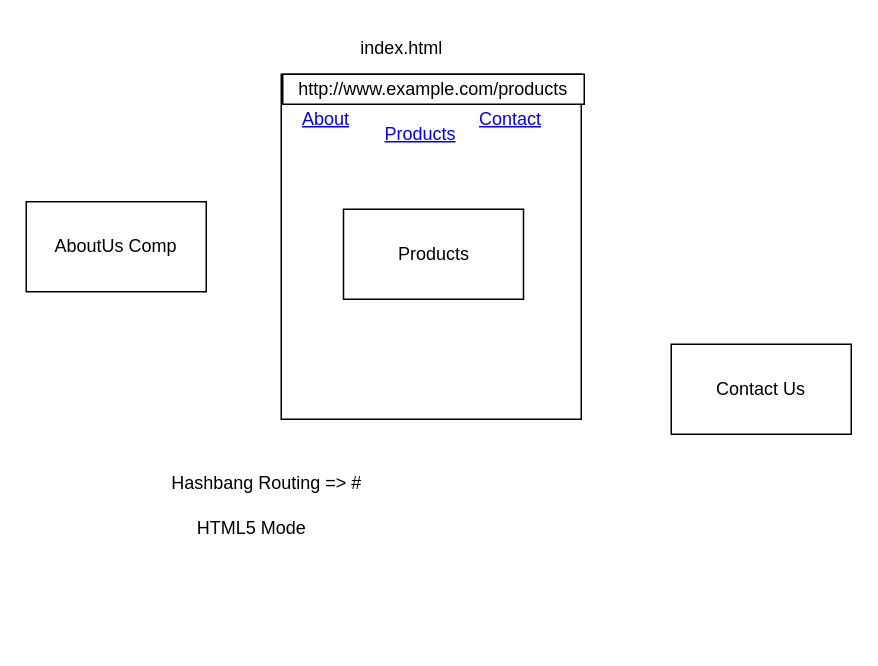
The draw.io diagram page "Page-4" (4 of 4) of references/ng-diagrams.drawio in synergy2411/nov-24-ng, before the edit. Source tidied: cells renumbered, new cells numbered last; positions are measured from the earlier drawing's top-left corner, leaving out a move shared by most shapes. Both pictures are drawn from the tidied source at 150%, with x=0, y=0 at pixel (26, 26).
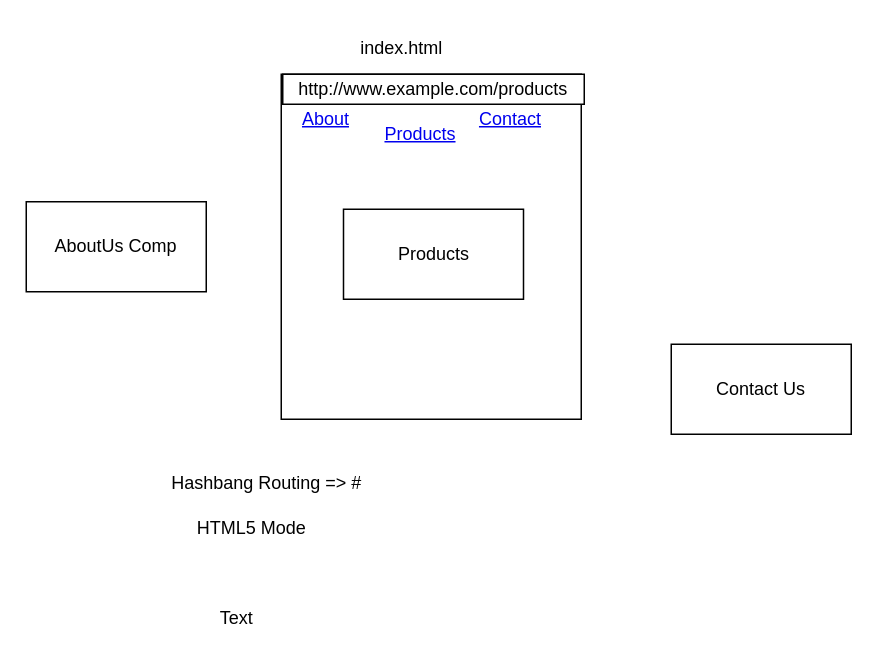
Above is the later version.

Change to the diagram source:
```diff
@@
 <mxGraphModel>
   <root>
     <mxCell id="0" />
     <mxCell id="1" parent="0" />
     <mxCell id="2" style="rounded=0;whiteSpace=wrap;html=1;" parent="1" vertex="1">
       <mxGeometry x="170" y="32" width="200" height="230" as="geometry" />
     </mxCell>
     <mxCell id="3" value="http://www.example.com/products" style="rounded=0;whiteSpace=wrap;html=1;" parent="1" vertex="1">
       <mxGeometry x="171" y="32" width="201" height="20" as="geometry" />
     </mxCell>
     <mxCell id="4" value="index.html" style="text;html=1;align=center;verticalAlign=middle;strokeColor=none;fillColor=none;" parent="1" vertex="1">
       <mxGeometry x="210" width="80" height="30" as="geometry" />
     </mxCell>
     <mxCell id="5" value="AboutUs Comp" style="rounded=0;whiteSpace=wrap;html=1;" parent="1" vertex="1">
       <mxGeometry y="117" width="120" height="60" as="geometry" />
     </mxCell>
     <mxCell id="6" value="Contact Us" style="rounded=0;whiteSpace=wrap;html=1;" parent="1" vertex="1">
       <mxGeometry x="430" y="212" width="120" height="60" as="geometry" />
     </mxCell>
     <mxCell id="7" value="Products" style="rounded=0;whiteSpace=wrap;html=1;" parent="1" vertex="1">
       <mxGeometry x="211.5" y="122" width="120" height="60" as="geometry" />
     </mxCell>
     <mxCell id="8" value="About" style="text;html=1;strokeColor=none;fillColor=none;whiteSpace=wrap;align=center;verticalAlign=middle;fontColor=#0000EE;fontStyle=4;" parent="1" vertex="1">
       <mxGeometry x="170" y="42" width="60" height="40" as="geometry" />
     </mxCell>
     <mxCell id="9" value="Products" style="text;html=1;strokeColor=none;fillColor=none;whiteSpace=wrap;align=center;verticalAlign=middle;fontColor=#0000EE;fontStyle=4;" parent="1" vertex="1">
       <mxGeometry x="233" y="52" width="60" height="40" as="geometry" />
     </mxCell>
     <mxCell id="10" value="Contact" style="text;html=1;strokeColor=none;fillColor=none;whiteSpace=wrap;align=center;verticalAlign=middle;fontColor=#0000EE;fontStyle=4;" parent="1" vertex="1">
       <mxGeometry x="293" y="42" width="60" height="40" as="geometry" />
     </mxCell>
     <mxCell id="11" value="Hashbang Routing =&amp;gt; #" style="text;html=1;align=center;verticalAlign=middle;strokeColor=none;fillColor=none;" parent="1" vertex="1">
       <mxGeometry x="85" y="290" width="150" height="30" as="geometry" />
     </mxCell>
     <mxCell id="12" value="HTML5 Mode" style="text;html=1;align=center;verticalAlign=middle;strokeColor=none;fillColor=none;" parent="1" vertex="1">
       <mxGeometry x="100" y="320" width="100" height="30" as="geometry" />
     </mxCell>
+    <mxCell id="13" value="Text" style="text;html=1;align=center;verticalAlign=middle;strokeColor=none;fillColor=none;" parent="1" vertex="1">
+      <mxGeometry x="115" y="380" width="50" height="30" as="geometry" />
+    </mxCell>
   </root>
 </mxGraphModel>
```
